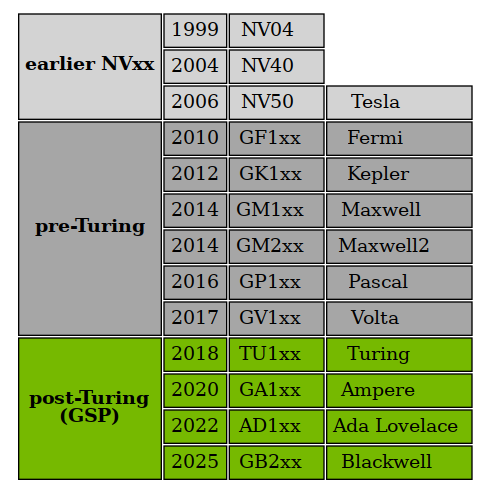
Earlier version of the Graphviz export source/images/nouveau/nvidia-gpu-generation.dot.png (lucmann/lucmann.github.io). Its source is kept beside it as source/images/nouveau/nvidia-gpu-generation.dot.
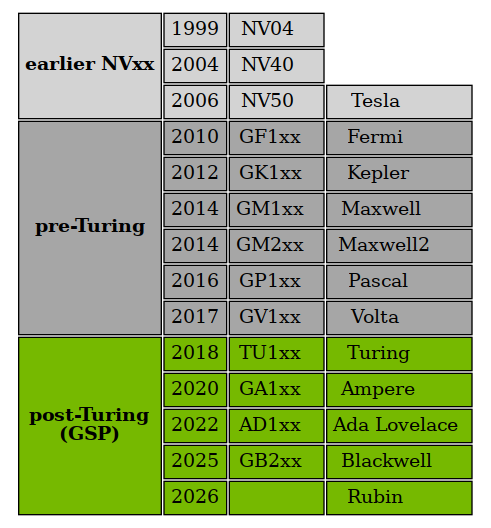
The same diagram one commit later.

Commit message:
linux: nouveau: add Vera Rubin

What changed in the source:
```diff
@@ -13,10 +13,11 @@
             <tr>                                                                    <td BGCOLOR="#a6a6a6">2014</td><td BGCOLOR="#a6a6a6">GM2xx  </td><td BGCOLOR="#a6a6a6">Maxwell2     </td></tr>
             <tr>                                                                    <td BGCOLOR="#a6a6a6">2016</td><td BGCOLOR="#a6a6a6">GP1xx  </td><td BGCOLOR="#a6a6a6">Pascal       </td></tr>
             <tr>                                                                    <td BGCOLOR="#a6a6a6">2017</td><td BGCOLOR="#a6a6a6">GV1xx  </td><td BGCOLOR="#a6a6a6">Volta        </td></tr>
-            <tr><td ROWSPAN="4" BGCOLOR="#76b900"><b>post-Turing<br/>(GSP)</b></td><td BGCOLOR="#76b900">2018</td><td BGCOLOR="#76b900">TU1xx  </td><td BGCOLOR="#76b900">Turing       </td></tr>
+            <tr><td ROWSPAN="5" BGCOLOR="#76b900"><b>post-Turing<br/>(GSP)</b></td> <td BGCOLOR="#76b900">2018</td><td BGCOLOR="#76b900">TU1xx  </td><td BGCOLOR="#76b900">Turing       </td></tr>
             <tr>                                                                    <td BGCOLOR="#76b900">2020</td><td BGCOLOR="#76b900">GA1xx  </td><td BGCOLOR="#76b900">Ampere       </td></tr>
             <tr>                                                                    <td BGCOLOR="#76b900">2022</td><td BGCOLOR="#76b900">AD1xx  </td><td BGCOLOR="#76b900">Ada Lovelace </td></tr>
             <tr>                                                                    <td BGCOLOR="#76b900">2025</td><td BGCOLOR="#76b900">GB2xx  </td><td BGCOLOR="#76b900">Blackwell    </td></tr>
+            <tr>                                                                    <td BGCOLOR="#76b900">2026</td><td BGCOLOR="#76b900">       </td><td BGCOLOR="#76b900">Rubin        </td></tr>
         </table>
     >]
 }
```
